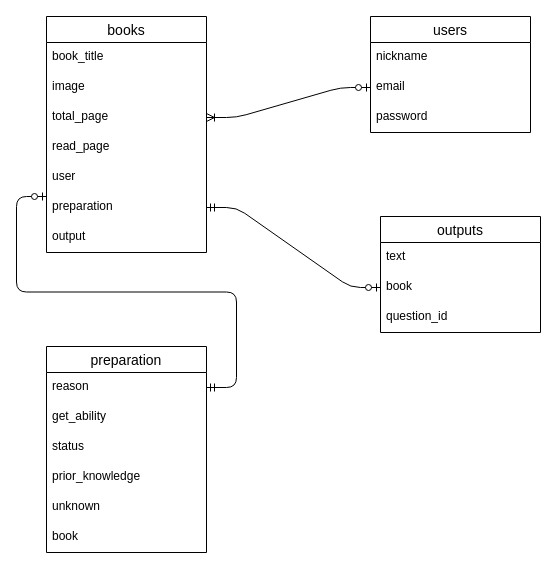
Earlier version of the draw.io diagram rebook.dio (kaz-taka-1/rebook). Source tidied: cells renumbered, new cells numbered last; positions are measured from the earlier drawing's top-left corner, leaving out a move shared by most shapes. Both pictures are drawn from the tidied source at 100%, with x=0, y=0 at pixel (46, 16).
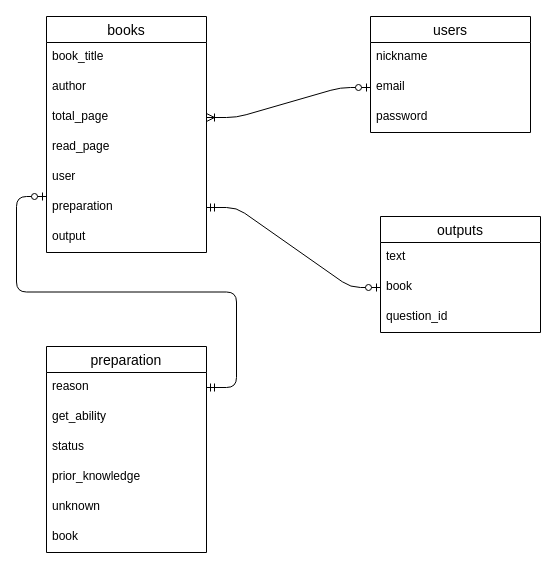
Above is the later version.

Unchanged cells that the change refers to:
```xml
<mxCell id="2" value="books" style="swimlane;fontStyle=0;horizontal=1;startSize=26;align=center;fontSize=14;" parent="1" vertex="1">
  <mxGeometry width="160" height="236" as="geometry" />
</mxCell>
```

The edit, as a diff of the source:
```diff
@@
-    <mxCell id="4" value="image" style="text;strokeColor=none;fillColor=none;spacingLeft=4;spacingRight=4;overflow=hidden;fontSize=12;" parent="2" vertex="1">
+    <mxCell id="4" value="author" style="text;strokeColor=none;fillColor=none;spacingLeft=4;spacingRight=4;overflow=hidden;fontSize=12;" parent="2" vertex="1">
       <mxGeometry y="56" width="160" height="30" as="geometry" />
     </mxCell>
```
